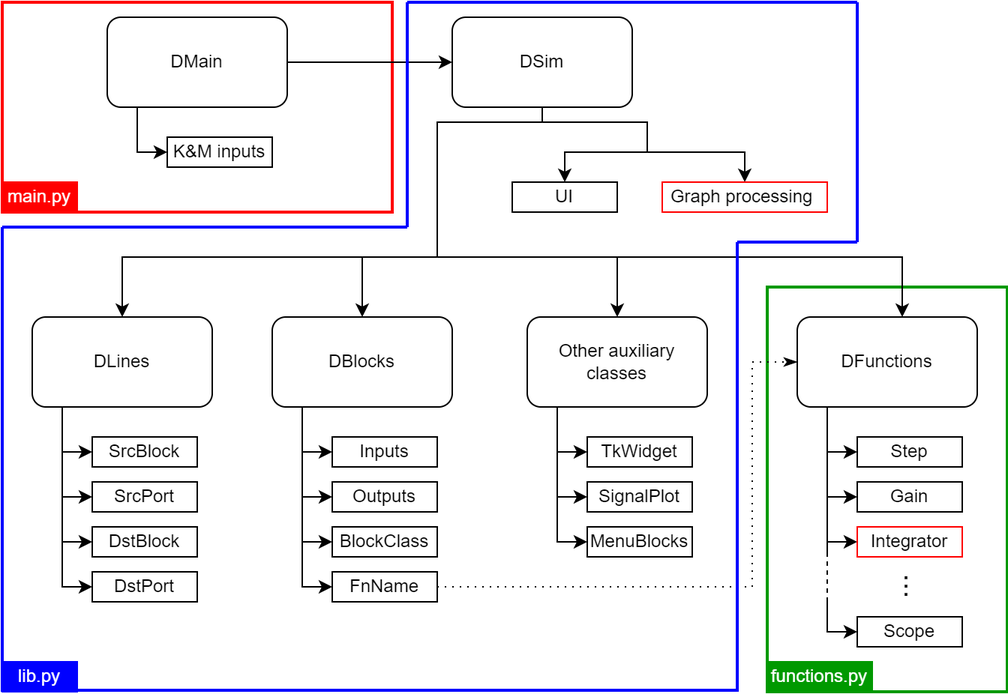
The draw.io diagram docs/source/images/software-hierarchy.png in mnrojas2/DiaBloS, before a commit. Source tidied: cells renumbered, new cells last; positions are measured from the earlier drawing's top-left corner, leaving out a move shared by most shapes.
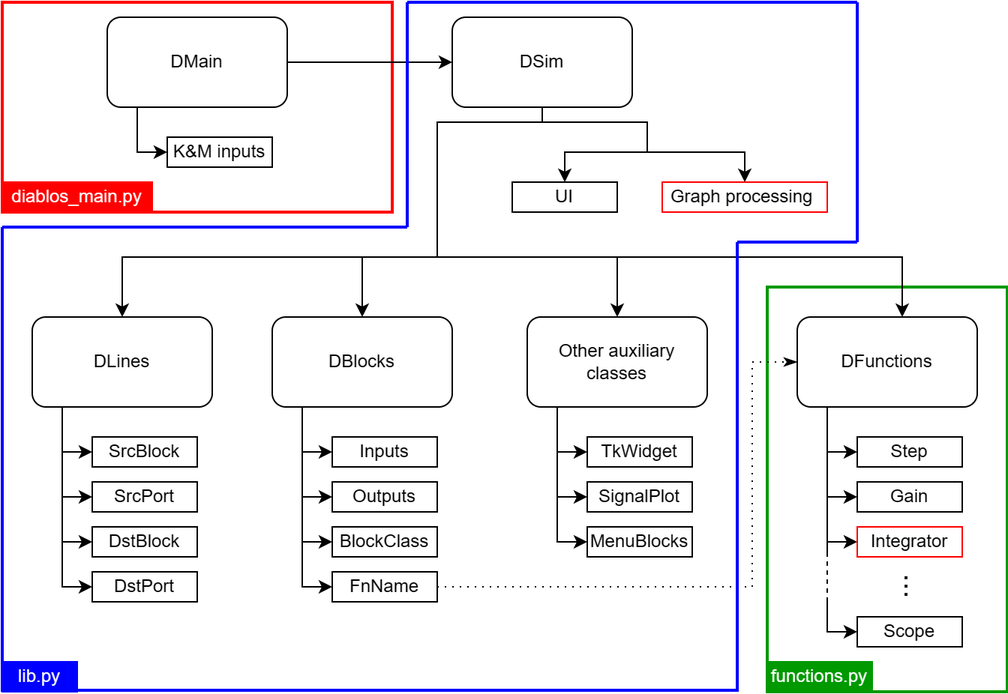
Above is the later version.

Diff of the diagram source:
```diff
@@ -279,8 +279,8 @@
     <mxCell id="56" value="K&amp;amp;M inputs" style="rounded=0;whiteSpace=wrap;html=1;" parent="1" vertex="1">
       <mxGeometry x="110" y="90" width="70" height="20" as="geometry" />
     </mxCell>
-    <mxCell id="57" value="&lt;font color=&quot;#ffffff&quot;&gt;main.py&lt;/font&gt;" style="rounded=0;whiteSpace=wrap;html=1;strokeColor=#FF0000;fillColor=#FF0000;" parent="1" vertex="1">
-      <mxGeometry y="120" width="50" height="20" as="geometry" />
+    <mxCell id="57" value="&lt;font color=&quot;#ffffff&quot;&gt;diablos_main.py&lt;/font&gt;" style="rounded=0;whiteSpace=wrap;html=1;strokeColor=#FF0000;fillColor=#FF0000;" parent="1" vertex="1">
+      <mxGeometry y="120" width="100" height="20" as="geometry" />
     </mxCell>
     <mxCell id="58" style="endArrow=none;html=1;rounded=0;strokeWidth=2;strokeColor=#0000FF;exitX=0.551;exitY=0;exitDx=0;exitDy=0;exitPerimeter=0;" parent="1" edge="1">
       <mxGeometry relative="1" as="geometry">
```
